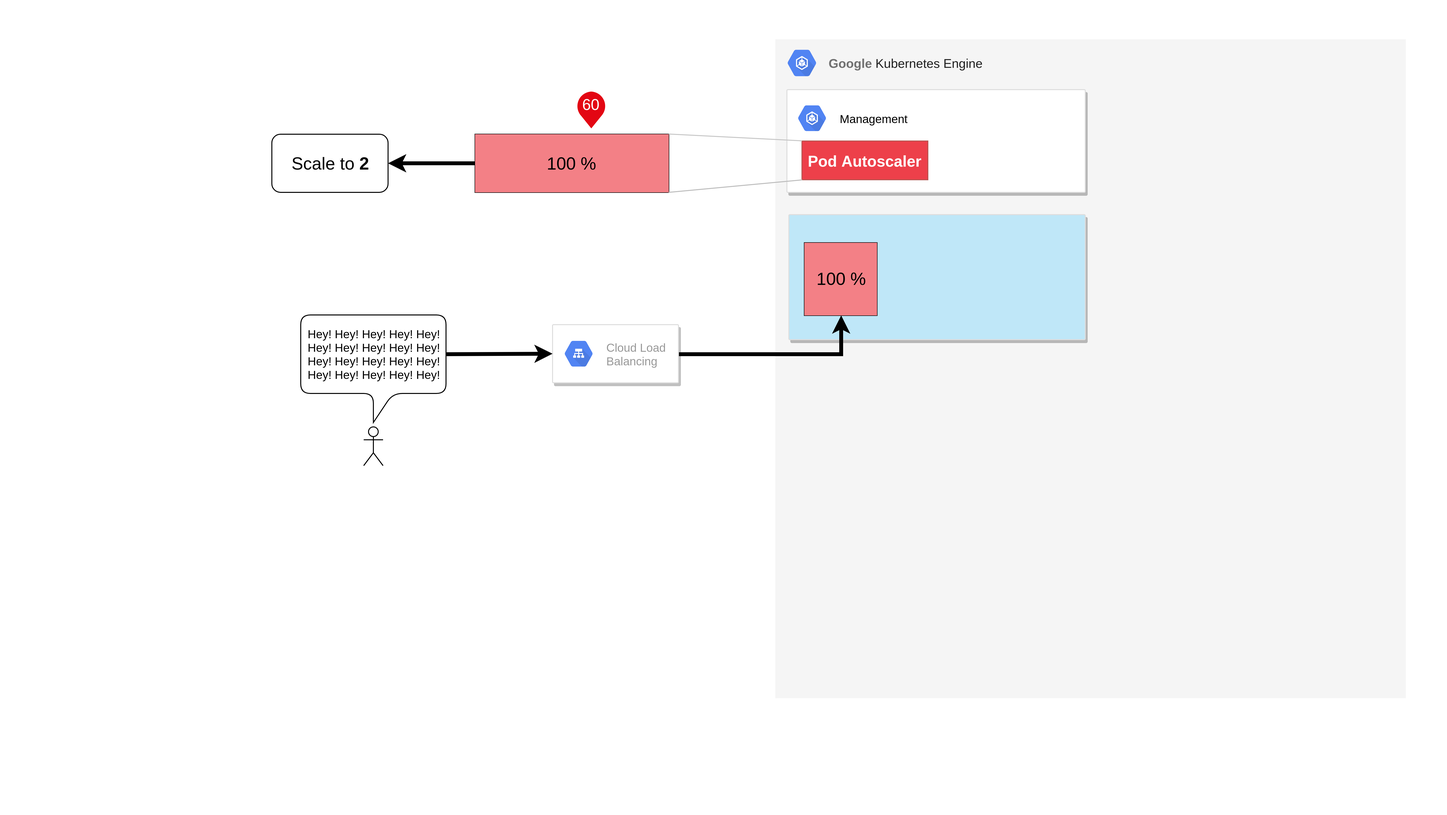
Earlier version of the draw.io export images/k8s-scaling-scale.png (bastiandg/scaling-in-the-cloud). Source tidied: cells renumbered, new cells last; positions are measured from the earlier drawing's top-left corner, leaving out a move shared by most shapes.
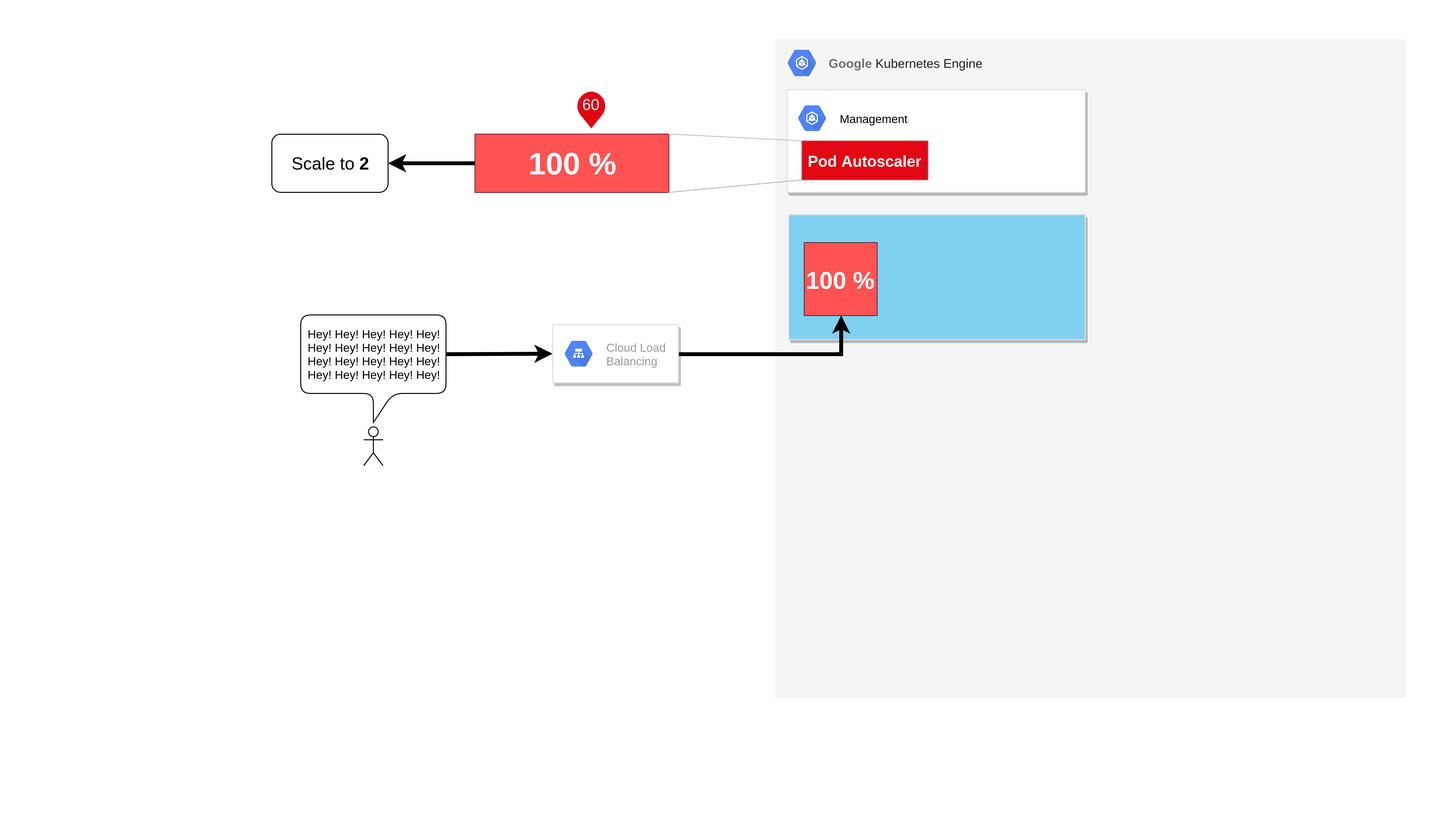
After the commit.

The edit, as a diff of the source:
```diff
@@ -14,7 +14,7 @@
     <mxCell id="5" value="&lt;b style=&quot;font-size: 13px ; text-align: left ; color: rgb(113 , 113 , 113) ; white-space: nowrap&quot;&gt;Google&amp;nbsp;&lt;/b&gt;&lt;span style=&quot;font-size: 13px ; text-align: left ; color: rgb(33 , 33 , 33) ; font-family: &amp;#34;roboto&amp;#34; , sans-serif&quot;&gt;Kubernetes Engine&lt;/span&gt;" style="text;html=1;strokeColor=none;fillColor=none;align=center;verticalAlign=middle;whiteSpace=wrap;rounded=0;" parent="1" vertex="1">
       <mxGeometry x="844" y="54.5" width="180" height="20" as="geometry" />
     </mxCell>
-    <mxCell id="6" style="strokeColor=#dddddd;fillColor=#BFE7F8;shadow=1;strokeWidth=1;rounded=1;absoluteArcSize=1;arcSize=2;verticalAlign=top;" parent="1" vertex="1">
+    <mxCell id="6" style="strokeColor=#dddddd;fillColor=#80D0F2;shadow=1;strokeWidth=1;rounded=1;absoluteArcSize=1;arcSize=2;verticalAlign=top;fontColor=#80D0F2;" parent="1" vertex="1">
       <mxGeometry x="814" y="221" width="306" height="129" as="geometry" />
     </mxCell>
     <mxCell id="7" style="edgeStyle=orthogonalEdgeStyle;rounded=0;jettySize=auto;html=1;entryX=0.5;entryY=1;entryDx=0;entryDy=0;fontSize=18;strokeWidth=4;" parent="1" edge="1" source="8" target="13">
@@ -42,51 +42,47 @@
     <mxCell id="13" style="rounded=0;whiteSpace=wrap;html=1;" parent="1" vertex="1">
       <mxGeometry x="830" y="250" width="75" height="75" as="geometry" />
     </mxCell>
-    <mxCell id="14" style="rounded=0;whiteSpace=wrap;html=1;fillColor=#F38086;strokeColor=none;fontColor=#ffffff;" parent="1" vertex="1">
+    <mxCell id="14" value="&lt;span style=&quot;font-size: 25px; white-space: normal;&quot;&gt;100 %&lt;/span&gt;" style="rounded=0;whiteSpace=wrap;html=1;fillColor=#FF5252;strokeColor=none;fontColor=#FFFFFF;fontStyle=1;" parent="1" vertex="1">
       <mxGeometry x="830" y="250" width="75" height="75" as="geometry" />
     </mxCell>
-    <mxCell id="15" value="100 %" style="text;html=1;strokeColor=none;fillColor=none;align=center;verticalAlign=middle;whiteSpace=wrap;rounded=0;fontSize=18;" parent="1" vertex="1">
-      <mxGeometry x="830" y="277.5" width="75" height="20" as="geometry" />
+    <mxCell id="15" style="shape=umlActor;verticalLabelPosition=bottom;labelBackgroundColor=#ffffff;verticalAlign=top;html=1;shadow=0;fillColor=#ffffff;" parent="1" vertex="1">
+      <mxGeometry x="375" y="440" width="20" height="40" as="geometry" />
     </mxCell>
-    <mxCell id="16" style="shape=umlActor;verticalLabelPosition=bottom;labelBackgroundColor=#ffffff;verticalAlign=top;html=1;shadow=0;fillColor=#ffffff;" parent="1" vertex="1">
-      <mxGeometry x="375" y="440" width="20" height="40" as="geometry" />
+    <mxCell id="16" style="edgeStyle=none;rounded=0;jettySize=auto;html=1;entryX=0;entryY=0.5;entryDx=0;entryDy=0;endArrow=classic;endFill=1;strokeWidth=4;exitX=0;exitY=0;exitDx=150;exitDy=40.5;exitPerimeter=0;" parent="1" edge="1" source="17" target="8">
+      <mxGeometry relative="1" as="geometry" />
     </mxCell>
-    <mxCell id="17" style="edgeStyle=none;rounded=0;jettySize=auto;html=1;entryX=0;entryY=0.5;entryDx=0;entryDy=0;endArrow=classic;endFill=1;strokeWidth=4;exitX=0;exitY=0;exitDx=150;exitDy=40.5;exitPerimeter=0;" parent="1" edge="1" source="18" target="8">
-      <mxGeometry relative="1" as="geometry" />
+    <mxCell id="17" value="Hey! Hey! Hey! Hey! Hey!&lt;br&gt;Hey! Hey! Hey! Hey! Hey!&lt;br&gt;Hey! Hey! Hey! Hey! Hey!&lt;br&gt;Hey! Hey! Hey! Hey! Hey!" style="shape=callout;whiteSpace=wrap;html=1;perimeter=calloutPerimeter;rounded=1;shadow=0;fillColor=#ffffff;" parent="1" vertex="1">
+      <mxGeometry x="310" y="324.5" width="150" height="111" as="geometry" />
     </mxCell>
-    <mxCell id="18" value="Hey! Hey! Hey! Hey! Hey!&lt;br&gt;Hey! Hey! Hey! Hey! Hey!&lt;br&gt;Hey! Hey! Hey! Hey! Hey!&lt;br&gt;Hey! Hey! Hey! Hey! Hey!" style="shape=callout;whiteSpace=wrap;html=1;perimeter=calloutPerimeter;rounded=1;shadow=0;fillColor=#ffffff;" parent="1" vertex="1">
-      <mxGeometry x="310" y="324.5" width="150" height="111" as="geometry" />
+    <mxCell id="18" value="Pod Autoscaler" style="rounded=0;html=1;fillColor=#E30613;strokeColor=#b85450;fontColor=#FFFFFF;fontFamily=Arial;fontSize=16;fontStyle=1;" parent="1" vertex="1">
+      <mxGeometry x="827.5" y="145" width="130" height="40" as="geometry" />
     </mxCell>
-    <mxCell id="19" value="Pod Autoscaler" style="rounded=0;html=1;fillColor=#ED404A;strokeColor=#b85450;fontColor=#FFFFFF;fontFamily=Arial;fontSize=16;fontStyle=1;" parent="1" vertex="1">
-      <mxGeometry x="827.5" y="145" width="130" height="40" as="geometry" />
+    <mxCell id="19" style="dashed=0;verticalLabelPosition=bottom;verticalAlign=top;align=center;shape=mxgraph.gmdl.sliderDiscrete;barPos=60;strokeColor=none;opacity=100;strokeWidth=2;fillColor=#E30613;handleSize=10;shadow=0;fontSize=16;fontColor=#ffffff;" parent="1" vertex="1">
+      <mxGeometry x="490" y="94" width="200" height="45" as="geometry" />
     </mxCell>
-    <mxCell id="20" style="dashed=0;verticalLabelPosition=bottom;verticalAlign=top;align=center;shape=mxgraph.gmdl.sliderDiscrete;barPos=60;strokeColor=none;opacity=100;strokeWidth=2;fillColor=#E30613;handleSize=10;shadow=0;fontSize=16;fontColor=#ffffff;" parent="1" vertex="1">
-      <mxGeometry x="490" y="94" width="200" height="45" as="geometry" />
+    <mxCell id="20" style="rounded=0;whiteSpace=wrap;html=1;fillColor=#ffffff;fontSize=18;" parent="1" vertex="1">
+      <mxGeometry x="490" y="138" width="200" height="60" as="geometry" />
     </mxCell>
-    <mxCell id="21" style="rounded=0;whiteSpace=wrap;html=1;fillColor=#ffffff;fontSize=18;" parent="1" vertex="1">
-      <mxGeometry x="490" y="138" width="200" height="60" as="geometry" />
+    <mxCell id="21" style="endArrow=none;html=1;fontSize=18;exitX=1;exitY=-0.003;exitDx=0;exitDy=0;exitPerimeter=0;entryX=0;entryY=-0.005;entryDx=0;entryDy=0;entryPerimeter=0;fillColor=#f5f5f5;strokeColor=#C7C7C7;" parent="1" edge="1" source="20">
+      <mxGeometry relative="1" as="geometry">
+        <mxPoint x="827.5" y="144.8" as="targetPoint" />
+      </mxGeometry>
     </mxCell>
-    <mxCell id="22" style="endArrow=none;html=1;fontSize=18;exitX=1;exitY=-0.003;exitDx=0;exitDy=0;exitPerimeter=0;entryX=0;entryY=-0.005;entryDx=0;entryDy=0;entryPerimeter=0;fillColor=#f5f5f5;strokeColor=#C7C7C7;" parent="1" edge="1" source="21">
+    <mxCell id="22" style="endArrow=none;html=1;fontSize=18;exitX=0.999;exitY=1;exitDx=0;exitDy=0;exitPerimeter=0;entryX=0.002;entryY=1.003;entryDx=0;entryDy=0;entryPerimeter=0;strokeColor=#BDBDBD;" parent="1" edge="1" source="20">
       <mxGeometry relative="1" as="geometry">
-        <mxPoint x="827.5" y="144.8" as="targetPoint" />
+        <mxPoint x="827.8" y="185.1" as="targetPoint" />
       </mxGeometry>
     </mxCell>
-    <mxCell id="23" style="endArrow=none;html=1;fontSize=18;exitX=0.999;exitY=1;exitDx=0;exitDy=0;exitPerimeter=0;entryX=0.002;entryY=1.003;entryDx=0;entryDy=0;entryPerimeter=0;strokeColor=#BDBDBD;" parent="1" edge="1" source="21">
-      <mxGeometry relative="1" as="geometry">
-        <mxPoint x="827.8" y="185.1" as="targetPoint" />
-      </mxGeometry>
+    <mxCell id="23" value="&lt;span style=&quot;font-size: 32px; white-space: normal;&quot;&gt;100 %&lt;/span&gt;" style="rounded=0;whiteSpace=wrap;html=1;fillColor=#FF5252;strokeColor=none;fontColor=#FFFFFF;fontStyle=1;" parent="1" vertex="1">
+      <mxGeometry x="490" y="138" width="200" height="60" as="geometry" />
     </mxCell>
-    <mxCell id="24" style="rounded=0;whiteSpace=wrap;html=1;fillColor=#F38086;strokeColor=none;fontColor=#ffffff;" parent="1" vertex="1">
-      <mxGeometry x="490" y="138" width="200" height="60" as="geometry" />
+    <mxCell id="24" value="Scale to &lt;b&gt;2&lt;/b&gt;" style="rounded=1;whiteSpace=wrap;html=1;fillColor=#ffffff;fontSize=18;" parent="1" vertex="1">
+      <mxGeometry x="280.2" y="138" width="120" height="60" as="geometry" />
     </mxCell>
-    <mxCell id="25" value="100 %" style="text;html=1;strokeColor=none;fillColor=none;align=center;verticalAlign=middle;whiteSpace=wrap;rounded=0;fontSize=18;" parent="1" vertex="1">
-      <mxGeometry x="490" y="158" width="200" height="20" as="geometry" />
+    <mxCell id="25" style="endArrow=classic;html=1;strokeColor=#000000;exitX=0;exitY=0.5;exitDx=0;exitDy=0;strokeWidth=4;entryX=1;entryY=0.5;entryDx=0;entryDy=0;" parent="1" edge="1" target="24">
+      <mxGeometry relative="1" as="geometry">
+        <mxPoint x="490" y="168" as="sourcePoint" />
+      </mxGeometry>
     </mxCell>
-    <mxCell id="26" value="Scale to &lt;b&gt;2&lt;/b&gt;" style="rounded=1;whiteSpace=wrap;html=1;fillColor=#ffffff;fontSize=18;" parent="1" vertex="1">
-      <mxGeometry x="280.2" y="138" width="120" height="60" as="geometry" />
-    </mxCell>
-    <mxCell id="27" style="endArrow=classic;html=1;strokeColor=#000000;exitX=0;exitY=0.5;exitDx=0;exitDy=0;strokeWidth=4;entryX=1;entryY=0.5;entryDx=0;entryDy=0;" parent="1" edge="1" source="25" target="26">
-      <mxGeometry relative="1" as="geometry" />
-    </mxCell>
   </root>
 </mxGraphModel>
```
